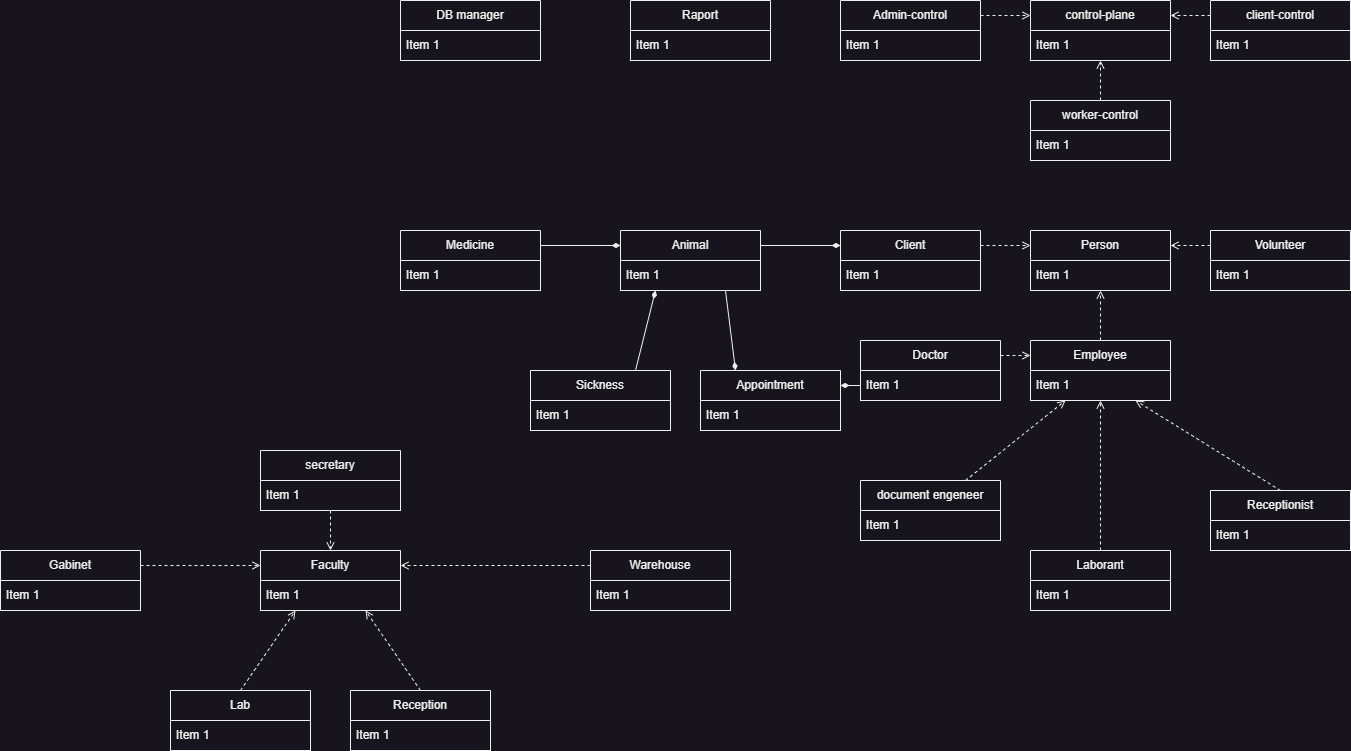
Above: Imgaes/Class_diagram.png in MarekMichali/vet-clinic (draw.io), before the change. Source tidied: cells renumbered, new cells last; positions are measured from the earlier drawing's top-left corner, leaving out a move shared by most shapes.
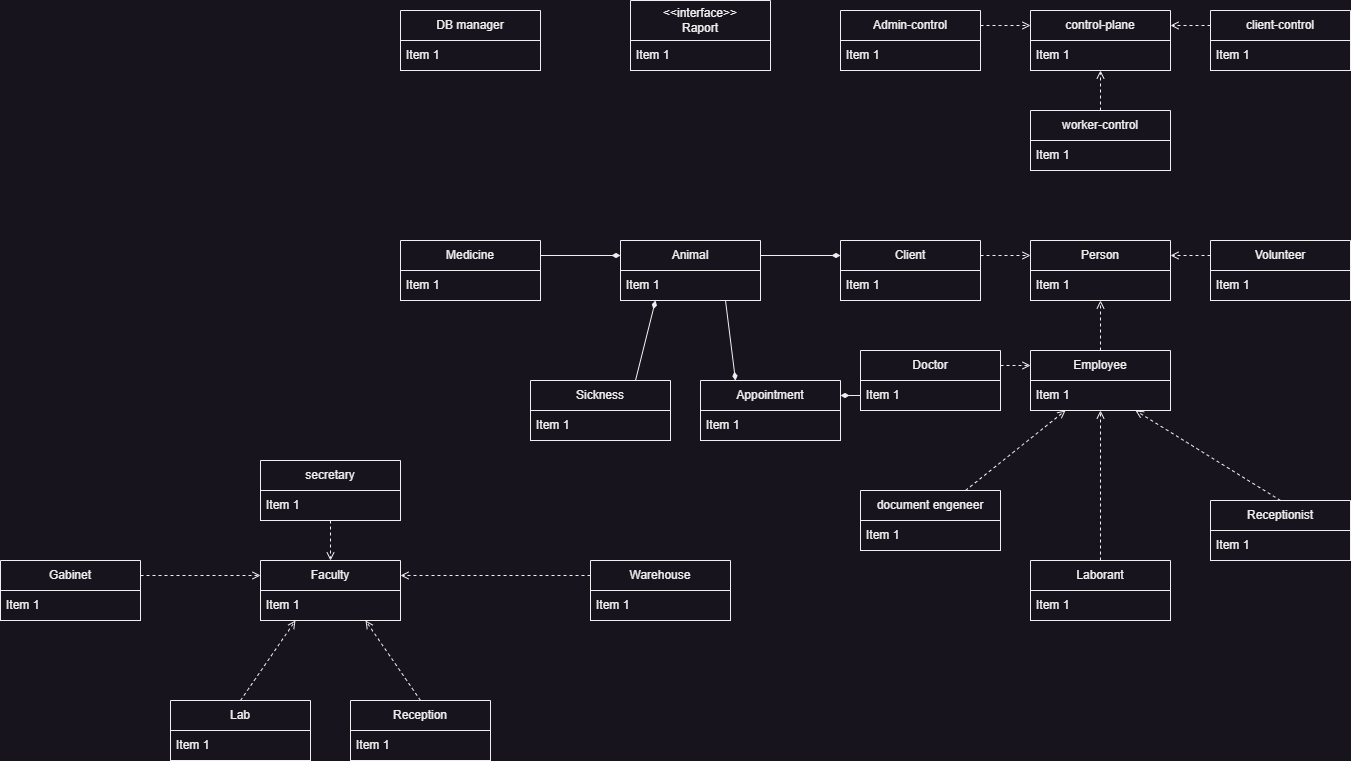
Later version of the same file.

Commit message:
diagram klas interface

Change to the diagram source:
```diff
@@ -122,11 +122,11 @@
     <mxCell id="41" value="Item 1" style="text;strokeColor=#F0F0F0;fillColor=#18141D;align=left;verticalAlign=middle;spacingLeft=4;spacingRight=4;overflow=hidden;whiteSpace=wrap;html=1;fontColor=#F0F0F0;labelBackgroundColor=#18141D;" parent="40" vertex="1">
       <mxGeometry y="30" width="140" height="30" as="geometry" />
     </mxCell>
-    <mxCell id="42" value="Raport" style="swimlane;fontStyle=0;horizontal=1;startSize=30;whiteSpace=wrap;html=1;fillColor=#18141D;strokeColor=#F0F0F0;fontColor=#F0F0F0;labelBackgroundColor=#18141D;" parent="1" vertex="1">
-      <mxGeometry x="630" width="140" height="60" as="geometry" />
+    <mxCell id="42" value="&amp;lt;&amp;lt;interface&amp;gt;&amp;gt;&lt;br&gt;Raport" style="swimlane;fontStyle=0;horizontal=1;startSize=40;whiteSpace=wrap;html=1;fillColor=#18141D;strokeColor=#F0F0F0;fontColor=#F0F0F0;labelBackgroundColor=#18141D;" parent="1" vertex="1">
+      <mxGeometry x="630" y="-10" width="140" height="70" as="geometry" />
     </mxCell>
     <mxCell id="43" value="Item 1" style="text;strokeColor=#F0F0F0;fillColor=#18141D;align=left;verticalAlign=middle;spacingLeft=4;spacingRight=4;overflow=hidden;whiteSpace=wrap;html=1;fontColor=#F0F0F0;labelBackgroundColor=#18141D;" parent="42" vertex="1">
-      <mxGeometry y="30" width="140" height="30" as="geometry" />
+      <mxGeometry y="40" width="140" height="30" as="geometry" />
     </mxCell>
     <mxCell id="44" style="edgeStyle=none;html=1;endArrow=diamondThin;endFill=1;entryX=0.25;entryY=1;entryDx=0;entryDy=0;exitX=0.75;exitY=0;exitDx=0;exitDy=0;fillColor=#18141D;strokeColor=#F0F0F0;fontColor=#F0F0F0;labelBackgroundColor=#18141D;" parent="1" edge="1" source="45" target="49">
       <mxGeometry relative="1" as="geometry" />
```
